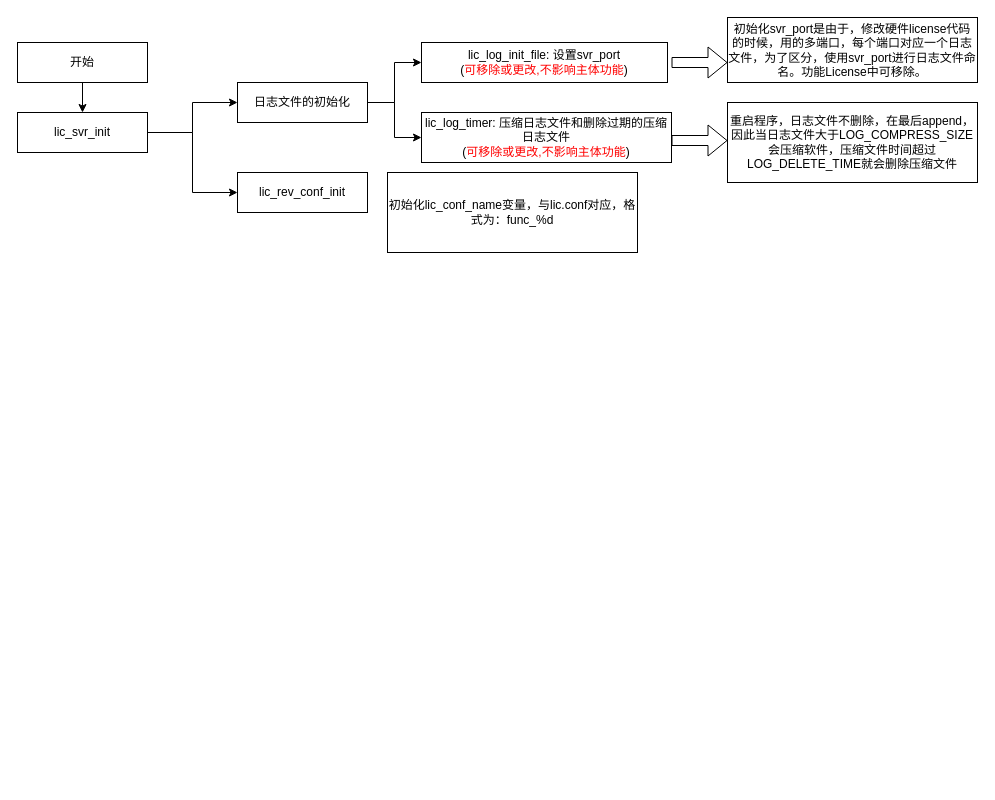
lijin-coder/picture keeps this draw.io diagram as page "license1" (4 of 4) of new_life.drawio. Above is the earlier version. Source tidied: cells renumbered, new cells numbered last; positions are measured from the earlier drawing's top-left corner, leaving out a move shared by most shapes. Both pictures are drawn from the tidied source at 100%, with x=0, y=0 at pixel (17, 17).
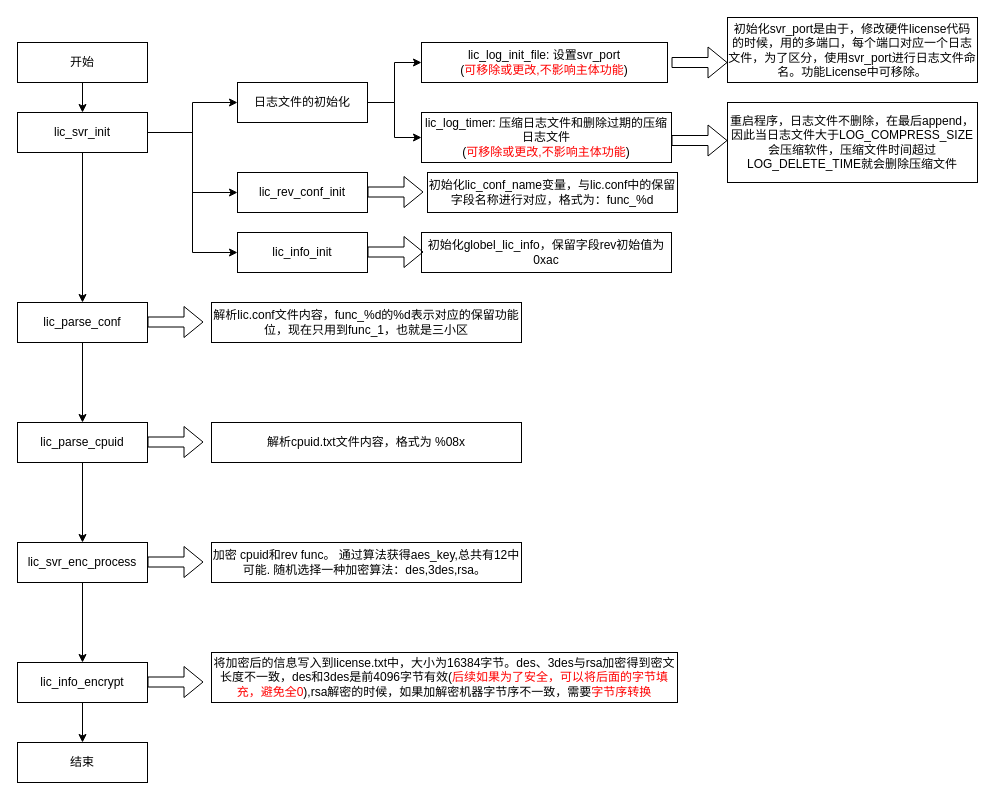
The same page after the edit.

Unchanged cells that the change refers to:
```xml
<mxCell id="6" value="lic_svr_init" style="rounded=0;whiteSpace=wrap;html=1;" parent="1" vertex="1">
  <mxGeometry y="95" width="130" height="40" as="geometry" />
</mxCell>
```

Diff of the diagram source:
```diff
@@
-<mxGraphModel>
+<mxGraphModel background="#ffffff">
@@
+    <mxCell id="18" style="edgeStyle=orthogonalEdgeStyle;rounded=0;jettySize=auto;html=1;exitX=1;exitY=0.5;exitDx=0;exitDy=0;entryX=0;entryY=0.5;entryDx=0;entryDy=0;fontColor=#000000;" parent="1" edge="1" source="6" target="21">
+      <mxGeometry relative="1" as="geometry" />
+    </mxCell>
+    <mxCell id="19" style="edgeStyle=orthogonalEdgeStyle;rounded=0;jettySize=auto;html=1;fontColor=#000000;" parent="1" edge="1" source="6" target="25">
+      <mxGeometry relative="1" as="geometry" />
+    </mxCell>
@@
-    <mxCell id="17" value="初始化lic_conf_name变量，与lic.conf对应，格式为：func_%d" style="rounded=0;whiteSpace=wrap;html=1;fontColor=#000000;" parent="1" vertex="1">
-      <mxGeometry x="370" y="155" width="250" height="80" as="geometry" />
+    <mxCell id="17" value="初始化lic_conf_name变量，与lic.conf中的保留字段名称进行对应，格式为：func_%d" style="rounded=0;whiteSpace=wrap;html=1;fontColor=#000000;" parent="1" vertex="1">
+      <mxGeometry x="410" y="155" width="250" height="40" as="geometry" />
     </mxCell>
+    <mxCell id="20" style="shape=flexArrow;endArrow=classic;html=1;rounded=0;fontColor=#000000;" parent="1" edge="1">
+      <mxGeometry relative="1" as="geometry">
+        <mxPoint x="350" y="174.5" as="sourcePoint" />
+        <mxPoint x="406" y="174.5" as="targetPoint" />
+      </mxGeometry>
+    </mxCell>
+    <mxCell id="21" value="lic_info_init" style="rounded=0;whiteSpace=wrap;html=1;" parent="1" vertex="1">
+      <mxGeometry x="220" y="215" width="130" height="40" as="geometry" />
+    </mxCell>
+    <mxCell id="22" value="初始化globel_lic_info，保留字段rev初始值为0xac" style="rounded=0;whiteSpace=wrap;html=1;fontColor=#000000;" parent="1" vertex="1">
+      <mxGeometry x="404" y="215" width="250" height="40" as="geometry" />
+    </mxCell>
+    <mxCell id="23" style="shape=flexArrow;endArrow=classic;html=1;rounded=0;fontColor=#000000;" parent="1" edge="1">
+      <mxGeometry relative="1" as="geometry">
+        <mxPoint x="350" y="234.5" as="sourcePoint" />
+        <mxPoint x="406" y="234.5" as="targetPoint" />
+      </mxGeometry>
+    </mxCell>
+    <mxCell id="24" style="edgeStyle=orthogonalEdgeStyle;rounded=0;jettySize=auto;html=1;fontColor=#000000;" parent="1" edge="1" source="25" target="29">
+      <mxGeometry relative="1" as="geometry" />
+    </mxCell>
+    <mxCell id="25" value="lic_parse_conf" style="rounded=0;whiteSpace=wrap;html=1;" parent="1" vertex="1">
+      <mxGeometry y="285" width="130" height="40" as="geometry" />
+    </mxCell>
+    <mxCell id="26" value="解析lic.conf文件内容，func_%d的%d表示对应的保留功能位，现在只用到func_1，也就是三小区" style="rounded=0;whiteSpace=wrap;html=1;fontColor=#000000;" parent="1" vertex="1">
+      <mxGeometry x="194" y="285" width="310" height="40" as="geometry" />
+    </mxCell>
+    <mxCell id="27" style="shape=flexArrow;endArrow=classic;html=1;rounded=0;fontColor=#000000;" parent="1" edge="1">
+      <mxGeometry relative="1" as="geometry">
+        <mxPoint x="130" y="304.5" as="sourcePoint" />
+        <mxPoint x="186" y="304.5" as="targetPoint" />
+      </mxGeometry>
+    </mxCell>
+    <mxCell id="28" style="edgeStyle=orthogonalEdgeStyle;rounded=0;jettySize=auto;html=1;fontColor=#000000;" parent="1" edge="1" source="29" target="33">
+      <mxGeometry relative="1" as="geometry" />
+    </mxCell>
+    <mxCell id="29" value="lic_parse_cpuid" style="rounded=0;whiteSpace=wrap;html=1;" parent="1" vertex="1">
+      <mxGeometry y="405" width="130" height="40" as="geometry" />
+    </mxCell>
+    <mxCell id="30" value="解析cpuid.txt文件内容，格式为 %08x" style="rounded=0;whiteSpace=wrap;html=1;fontColor=#000000;" parent="1" vertex="1">
+      <mxGeometry x="194" y="405" width="310" height="40" as="geometry" />
+    </mxCell>
+    <mxCell id="31" style="shape=flexArrow;endArrow=classic;html=1;rounded=0;fontColor=#000000;" parent="1" edge="1">
+      <mxGeometry relative="1" as="geometry">
+        <mxPoint x="130" y="424.5" as="sourcePoint" />
+        <mxPoint x="186" y="424.5" as="targetPoint" />
+      </mxGeometry>
+    </mxCell>
+    <mxCell id="32" style="edgeStyle=orthogonalEdgeStyle;rounded=0;jettySize=auto;html=1;fontColor=#000000;" parent="1" edge="1" source="33" target="37">
+      <mxGeometry relative="1" as="geometry" />
+    </mxCell>
+    <mxCell id="33" value="lic_svr_enc_process" style="rounded=0;whiteSpace=wrap;html=1;" parent="1" vertex="1">
+      <mxGeometry y="525" width="130" height="40" as="geometry" />
+    </mxCell>
+    <mxCell id="34" value="加密 cpuid和rev func。 通过算法获得aes_key,总共有12中可能. 随机选择一种加密算法：des,3des,rsa。&amp;nbsp;" style="rounded=0;whiteSpace=wrap;html=1;fontColor=#000000;" parent="1" vertex="1">
+      <mxGeometry x="194" y="525" width="310" height="40" as="geometry" />
+    </mxCell>
+    <mxCell id="35" style="shape=flexArrow;endArrow=classic;html=1;rounded=0;fontColor=#000000;" parent="1" edge="1">
+      <mxGeometry relative="1" as="geometry">
+        <mxPoint x="130" y="544.5" as="sourcePoint" />
+        <mxPoint x="186" y="544.5" as="targetPoint" />
+      </mxGeometry>
+    </mxCell>
+    <mxCell id="36" style="edgeStyle=orthogonalEdgeStyle;rounded=0;jettySize=auto;html=1;fontColor=#FF0000;" parent="1" edge="1" source="37" target="40">
+      <mxGeometry relative="1" as="geometry" />
+    </mxCell>
+    <mxCell id="37" value="lic_info_encrypt" style="rounded=0;whiteSpace=wrap;html=1;" parent="1" vertex="1">
+      <mxGeometry y="645" width="130" height="40" as="geometry" />
+    </mxCell>
+    <mxCell id="38" value="将加密后的信息写入到license.txt中，大小为16384字节。des、3des与rsa加密得到密文长度不一致，des和3des是前4096字节有效(&lt;font color=&quot;#ff0000&quot;&gt;后续如果为了安全，可以将后面的字节填充，避免全0&lt;/font&gt;),rsa解密的时候，如果加解密机器字节序不一致，需要&lt;font color=&quot;#ff0000&quot;&gt;字节序转换&lt;/font&gt;" style="rounded=0;whiteSpace=wrap;html=1;fontColor=#000000;" parent="1" vertex="1">
+      <mxGeometry x="194" y="635" width="466" height="50" as="geometry" />
+    </mxCell>
+    <mxCell id="39" style="shape=flexArrow;endArrow=classic;html=1;rounded=0;fontColor=#000000;" parent="1" edge="1">
+      <mxGeometry relative="1" as="geometry">
+        <mxPoint x="130" y="664.5" as="sourcePoint" />
+        <mxPoint x="186" y="664.5" as="targetPoint" />
+      </mxGeometry>
+    </mxCell>
+    <mxCell id="40" value="结束" style="rounded=0;whiteSpace=wrap;html=1;" parent="1" vertex="1">
+      <mxGeometry y="725" width="130" height="40" as="geometry" />
+    </mxCell>
```
